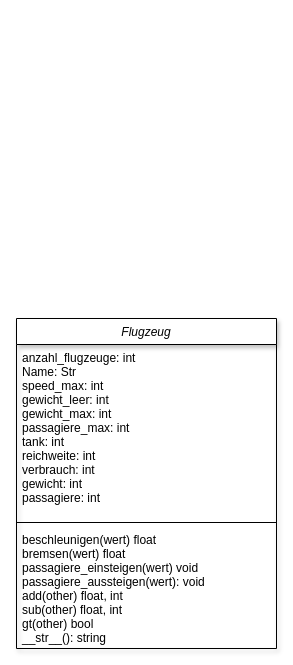
Before: page "Flugzeug" (1 of 2) of Klassendiagramm.drawio in sstreichan/ProjektFlugzeug, a draw.io diagram. Source tidied: cells renumbered, new cells numbered last; positions are measured from the earlier drawing's top-left corner, leaving out a move shared by most shapes. Both pictures are drawn from the tidied source at 100%, with x=0, y=0 at pixel (16, 318).
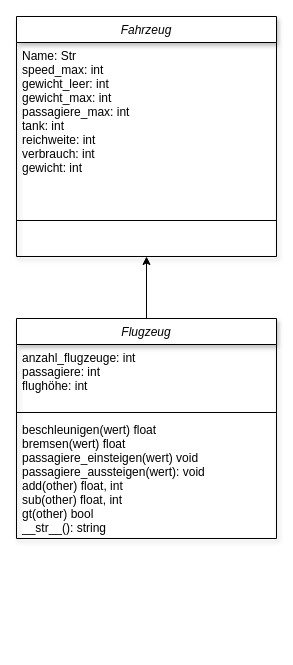
The same page after the edit.

Commit message:
klassendiagramm bearbeitet (unfertig)

Change to the diagram source:
```diff
@@
 <mxGraphModel>
   <root>
     <mxCell id="0" />
     <mxCell id="1" parent="0" />
+    <mxCell id="6" style="edgeStyle=none;html=1;entryX=0.5;entryY=1;entryDx=0;entryDy=0;" parent="1" edge="1" source="2" target="7">
+      <mxGeometry relative="1" as="geometry" />
+    </mxCell>
     <mxCell id="2" value="Flugzeug" style="swimlane;fontStyle=2;align=center;verticalAlign=top;horizontal=1;startSize=26;rounded=0;shadow=1;strokeWidth=1;" parent="1" vertex="1">
-      <mxGeometry width="260" height="330" as="geometry" />
+      <mxGeometry width="260" height="220" as="geometry" />
     </mxCell>
-    <mxCell id="3" value="anzahl_flugzeuge: int&#10;Name: Str&#10;speed_max: int&#10;gewicht_leer: int&#10;gewicht_max: int&#10;passagiere_max: int&#10;tank: int&#10;reichweite: int&#10;verbrauch: int&#10;gewicht: int&#10;passagiere: int&#10;&#10;" style="text;align=left;verticalAlign=top;spacingLeft=4;spacingRight=4;overflow=hidden;rounded=0;shadow=0;html=0;" parent="2" vertex="1">
-      <mxGeometry y="26" width="260" height="174" as="geometry" />
+    <mxCell id="3" value="anzahl_flugzeuge: int&#10;passagiere: int&#10;flughöhe: int&#10;" style="text;align=left;verticalAlign=top;spacingLeft=4;spacingRight=4;overflow=hidden;rounded=0;shadow=0;html=0;" parent="2" vertex="1">
+      <mxGeometry y="26" width="260" height="64" as="geometry" />
     </mxCell>
     <mxCell id="4" style="line;html=1;strokeWidth=1;align=left;verticalAlign=middle;spacingTop=-1;spacingLeft=3;spacingRight=3;labelPosition=right;" parent="2" vertex="1">
-      <mxGeometry y="200" width="260" height="8" as="geometry" />
+      <mxGeometry y="90" width="260" height="8" as="geometry" />
     </mxCell>
     <mxCell id="5" value="beschleunigen(wert) float&#10;bremsen(wert) float&#10;passagiere_einsteigen(wert) void&#10;passagiere_aussteigen(wert): void&#10;add(other) float, int&#10;sub(other) float, int&#10;gt(other) bool&#10;__str__(): string&#10;" style="text;align=left;verticalAlign=top;spacingLeft=4;spacingRight=4;overflow=hidden;" parent="2" vertex="1">
-      <mxGeometry y="208" width="260" height="122" as="geometry" />
+      <mxGeometry y="98" width="260" height="122" as="geometry" />
     </mxCell>
+    <mxCell id="7" value="Fahrzeug" style="swimlane;fontStyle=2;align=center;verticalAlign=top;horizontal=1;startSize=26;rounded=0;shadow=1;strokeWidth=1;" parent="1" vertex="1">
+      <mxGeometry y="-302" width="260" height="240" as="geometry" />
+    </mxCell>
+    <mxCell id="8" value="Name: Str&#10;speed_max: int&#10;gewicht_leer: int&#10;gewicht_max: int&#10;passagiere_max: int&#10;tank: int&#10;reichweite: int&#10;verbrauch: int&#10;gewicht: int" style="text;align=left;verticalAlign=top;spacingLeft=4;spacingRight=4;overflow=hidden;rounded=0;shadow=0;html=0;" parent="7" vertex="1">
+      <mxGeometry y="26" width="260" height="174" as="geometry" />
+    </mxCell>
+    <mxCell id="9" style="line;html=1;strokeWidth=1;align=left;verticalAlign=middle;spacingTop=-1;spacingLeft=3;spacingRight=3;labelPosition=right;" parent="7" vertex="1">
+      <mxGeometry y="200" width="260" height="8" as="geometry" />
+    </mxCell>
   </root>
 </mxGraphModel>
```
